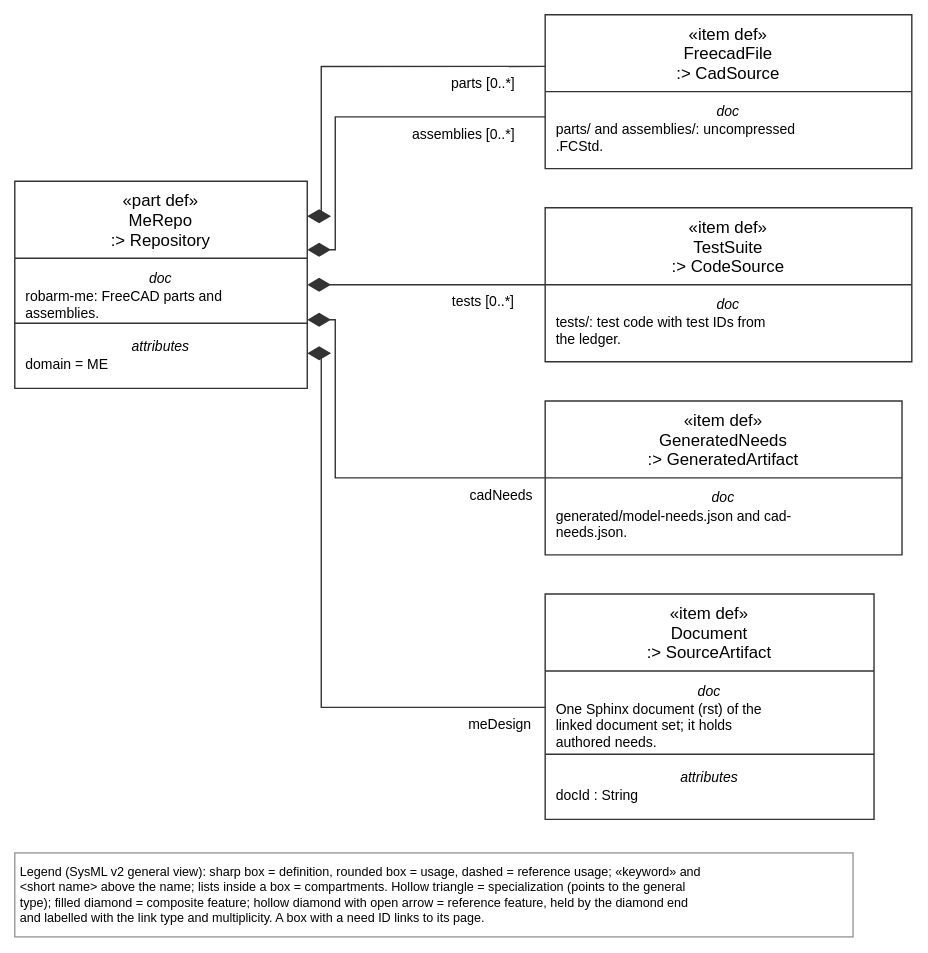
Above: views/meRepo.drawio.svg in tiacsys/xdmod (draw.io), before the change. Source tidied: cells renumbered, new cells last; positions are measured from the earlier drawing's top-left corner, leaving out a move shared by most shapes. Source of this version:
```xml
<mxGraphModel>
  <root>
    <mxCell id="0" />
    <mxCell id="1" parent="0" />
    <mxCell id="2" value="«item def»&#10;Document&#10;:&gt; SourceArtifact" style="html=0;fontFamily=Helvetica;fontSize=11;strokeColor=#333333;rounded=0;fillColor=#FFFFFF;swimlane;startSize=55;horizontal=1;fontStyle=0;swimlaneLine=1;" parent="1" vertex="1">
      <mxGeometry x="379" y="414" width="235" height="161" as="geometry" />
    </mxCell>
    <mxCell id="3" value="«item def»&#10;FreecadFile&#10;:&gt; CadSource" style="html=0;fontFamily=Helvetica;fontSize=11;strokeColor=#333333;rounded=0;fillColor=#FFFFFF;swimlane;startSize=55;horizontal=1;fontStyle=0;swimlaneLine=1;" parent="1" vertex="1">
      <mxGeometry x="379" width="262" height="110" as="geometry" />
    </mxCell>
    <mxCell id="4" value="«item def»&#10;GeneratedNeeds&#10;:&gt; GeneratedArtifact" style="html=0;fontFamily=Helvetica;fontSize=11;strokeColor=#333333;rounded=0;fillColor=#FFFFFF;swimlane;startSize=55;horizontal=1;fontStyle=0;swimlaneLine=1;" parent="1" vertex="1">
      <mxGeometry x="379" y="276" width="255" height="110" as="geometry" />
    </mxCell>
    <mxCell id="5" value="«part def»&#10;MeRepo&#10;:&gt; Repository" style="html=0;fontFamily=Helvetica;fontSize=11;strokeColor=#333333;rounded=0;fillColor=#FFFFFF;swimlane;startSize=55;horizontal=1;fontStyle=0;swimlaneLine=1;" parent="1" vertex="1">
      <mxGeometry y="119" width="209" height="148" as="geometry" />
    </mxCell>
    <mxCell id="6" value="«item def»&#10;TestSuite&#10;:&gt; CodeSource" style="html=0;fontFamily=Helvetica;fontSize=11;strokeColor=#333333;rounded=0;fillColor=#FFFFFF;swimlane;startSize=55;horizontal=1;fontStyle=0;swimlaneLine=1;" parent="1" vertex="1">
      <mxGeometry x="379" y="138" width="262" height="110" as="geometry" />
    </mxCell>
    <mxCell id="7" value="Legend (SysML v2 general view): sharp box = definition, rounded box = usage, dashed = reference usage; «keyword» and&#10;&lt;short name&gt; above the name; lists inside a box = compartments. Hollow triangle = specialization (points to the general&#10;type); filled diamond = composite feature; hollow diamond with open arrow = reference feature, held by the diamond end&#10;and labelled with the link type and multiplicity. A box with a need ID links to its page." style="text;html=0;align=left;verticalAlign=top;fontFamily=Helvetica;fontSize=9;fillColor=#FFFFFF;strokeColor=#999999;spacing=4;" parent="1" vertex="1">
      <mxGeometry y="599" width="599" height="60" as="geometry" />
    </mxCell>
    <mxCell id="8" value="attributes" style="text;html=0;align=center;verticalAlign=top;spacingTop=0;fontFamily=Helvetica;fontSize=10;fontStyle=2;strokeColor=none;" parent="2" vertex="1">
      <mxGeometry y="119" width="235" height="13" as="geometry" />
    </mxCell>
    <mxCell id="9" value="docId : String" style="text;html=0;align=left;verticalAlign=top;spacingLeft=6;spacingTop=0;fontFamily=Helvetica;fontSize=10;" parent="2" vertex="1">
      <mxGeometry y="132" width="235" height="17" as="geometry" />
    </mxCell>
    <mxCell id="10" value="doc" style="text;html=0;align=center;verticalAlign=top;spacingTop=0;fontFamily=Helvetica;fontSize=10;fontStyle=2;strokeColor=none;" parent="2" vertex="1">
      <mxGeometry y="57" width="235" height="13" as="geometry" />
    </mxCell>
    <mxCell id="11" value="One Sphinx document (rst) of the&#10;linked document set; it holds&#10;authored needs." style="text;html=0;align=left;verticalAlign=top;spacingLeft=6;spacingTop=0;fontFamily=Helvetica;fontSize=10;" parent="2" vertex="1">
      <mxGeometry y="70" width="235" height="43" as="geometry" />
    </mxCell>
    <mxCell id="12" style="line;html=0;strokeColor=#333333;strokeWidth=1;" parent="2" vertex="1">
      <mxGeometry y="114" width="235" height="1" as="geometry" />
    </mxCell>
    <mxCell id="13" value="doc" style="text;html=0;align=center;verticalAlign=top;spacingTop=0;fontFamily=Helvetica;fontSize=10;fontStyle=2;strokeColor=none;" parent="3" vertex="1">
      <mxGeometry y="57" width="262" height="13" as="geometry" />
    </mxCell>
    <mxCell id="14" value="parts/ and assemblies/: uncompressed&#10;.FCStd." style="text;html=0;align=left;verticalAlign=top;spacingLeft=6;spacingTop=0;fontFamily=Helvetica;fontSize=10;" parent="3" vertex="1">
      <mxGeometry y="70" width="262" height="30" as="geometry" />
    </mxCell>
    <mxCell id="15" value="doc" style="text;html=0;align=center;verticalAlign=top;spacingTop=0;fontFamily=Helvetica;fontSize=10;fontStyle=2;strokeColor=none;" parent="4" vertex="1">
      <mxGeometry y="57" width="255" height="13" as="geometry" />
    </mxCell>
    <mxCell id="16" value="generated/model-needs.json and cad-&#10;needs.json." style="text;html=0;align=left;verticalAlign=top;spacingLeft=6;spacingTop=0;fontFamily=Helvetica;fontSize=10;" parent="4" vertex="1">
      <mxGeometry y="70" width="255" height="30" as="geometry" />
    </mxCell>
    <mxCell id="17" value="attributes" style="text;html=0;align=center;verticalAlign=top;spacingTop=0;fontFamily=Helvetica;fontSize=10;fontStyle=2;strokeColor=none;" parent="5" vertex="1">
      <mxGeometry y="106" width="209" height="13" as="geometry" />
    </mxCell>
    <mxCell id="18" value="domain = ME" style="text;html=0;align=left;verticalAlign=top;spacingLeft=6;spacingTop=0;fontFamily=Helvetica;fontSize=10;" parent="5" vertex="1">
      <mxGeometry y="119" width="209" height="17" as="geometry" />
    </mxCell>
    <mxCell id="19" value="doc" style="text;html=0;align=center;verticalAlign=top;spacingTop=0;fontFamily=Helvetica;fontSize=10;fontStyle=2;strokeColor=none;" parent="5" vertex="1">
      <mxGeometry y="57" width="209" height="13" as="geometry" />
    </mxCell>
    <mxCell id="20" value="robarm-me: FreeCAD parts and&#10;assemblies." style="text;html=0;align=left;verticalAlign=top;spacingLeft=6;spacingTop=0;fontFamily=Helvetica;fontSize=10;" parent="5" vertex="1">
      <mxGeometry y="70" width="209" height="30" as="geometry" />
    </mxCell>
    <mxCell id="21" style="line;html=0;strokeColor=#333333;strokeWidth=1;" parent="5" vertex="1">
      <mxGeometry y="101" width="209" height="1" as="geometry" />
    </mxCell>
    <mxCell id="22" value="doc" style="text;html=0;align=center;verticalAlign=top;spacingTop=0;fontFamily=Helvetica;fontSize=10;fontStyle=2;strokeColor=none;" parent="6" vertex="1">
      <mxGeometry y="57" width="262" height="13" as="geometry" />
    </mxCell>
    <mxCell id="23" value="tests/: test code with test IDs from&#10;the ledger." style="text;html=0;align=left;verticalAlign=top;spacingLeft=6;spacingTop=0;fontFamily=Helvetica;fontSize=10;" parent="6" vertex="1">
      <mxGeometry y="70" width="262" height="30" as="geometry" />
    </mxCell>
    <mxCell id="24" value="meDesign" style="html=0;rounded=0;endSize=10;startSize=14;fontFamily=Helvetica;fontSize=10;labelBackgroundColor=#FFFFFF;strokeColor=#333333;startArrow=diamondThin;startFill=1;endArrow=none;exitX=1.000;exitY=0.831;exitDx=0;exitDy=0;exitPerimeter=0;entryX=0.000;entryY=0.503;entryDx=0;entryDy=0;entryPerimeter=0;" parent="1" edge="1" source="5" target="2">
      <mxGeometry relative="1" as="geometry">
        <Array as="points">
          <mxPoint x="219" y="242" />
          <mxPoint x="219" y="495" />
        </Array>
        <mxPoint x="128" y="63" as="offset" />
      </mxGeometry>
    </mxCell>
    <mxCell id="25" value="assemblies [0..*]" style="html=0;rounded=0;endSize=10;startSize=14;fontFamily=Helvetica;fontSize=10;labelBackgroundColor=#FFFFFF;strokeColor=#333333;startArrow=diamondThin;startFill=1;endArrow=none;exitX=1.000;exitY=0.331;exitDx=0;exitDy=0;exitPerimeter=0;entryX=0.000;entryY=0.664;entryDx=0;entryDy=0;entryPerimeter=0;" parent="1" edge="1" source="5" target="3">
      <mxGeometry relative="1" as="geometry">
        <Array as="points">
          <mxPoint x="229" y="168" />
          <mxPoint x="229" y="73" />
        </Array>
        <mxPoint x="74" y="12" as="offset" />
      </mxGeometry>
    </mxCell>
    <mxCell id="26" value="parts [0..*]" style="html=0;rounded=0;endSize=10;startSize=14;fontFamily=Helvetica;fontSize=10;labelBackgroundColor=#FFFFFF;strokeColor=#333333;startArrow=diamondThin;startFill=1;endArrow=none;exitX=1.000;exitY=0.169;exitDx=0;exitDy=0;exitPerimeter=0;entryX=0.000;entryY=0.336;entryDx=0;entryDy=0;entryPerimeter=0;" parent="1" edge="1" source="5" target="3">
      <mxGeometry relative="1" as="geometry">
        <Array as="points">
          <mxPoint x="219" y="144" />
          <mxPoint x="219" y="37" />
        </Array>
        <mxPoint x="94" y="12" as="offset" />
      </mxGeometry>
    </mxCell>
    <mxCell id="27" value="cadNeeds" style="html=0;rounded=0;endSize=10;startSize=14;fontFamily=Helvetica;fontSize=10;labelBackgroundColor=#FFFFFF;strokeColor=#333333;startArrow=diamondThin;startFill=1;endArrow=none;exitX=1.000;exitY=0.669;exitDx=0;exitDy=0;exitPerimeter=0;entryX=0.000;entryY=0.500;entryDx=0;entryDy=0;entryPerimeter=0;" parent="1" edge="1" source="5" target="4">
      <mxGeometry relative="1" as="geometry">
        <Array as="points">
          <mxPoint x="229" y="218" />
          <mxPoint x="229" y="331" />
        </Array>
        <mxPoint x="110" y="12" as="offset" />
      </mxGeometry>
    </mxCell>
    <mxCell id="28" value="tests [0..*]" style="html=0;rounded=0;endSize=10;startSize=14;fontFamily=Helvetica;fontSize=10;labelBackgroundColor=#FFFFFF;strokeColor=#333333;startArrow=diamondThin;startFill=1;endArrow=none;exitX=1.000;exitY=0.500;exitDx=0;exitDy=0;exitPerimeter=0;entryX=0.000;entryY=0.500;entryDx=0;entryDy=0;entryPerimeter=0;" parent="1" edge="1" source="5" target="6">
      <mxGeometry relative="1" as="geometry">
        <mxPoint x="41" y="12" as="offset" />
      </mxGeometry>
    </mxCell>
  </root>
</mxGraphModel>
```
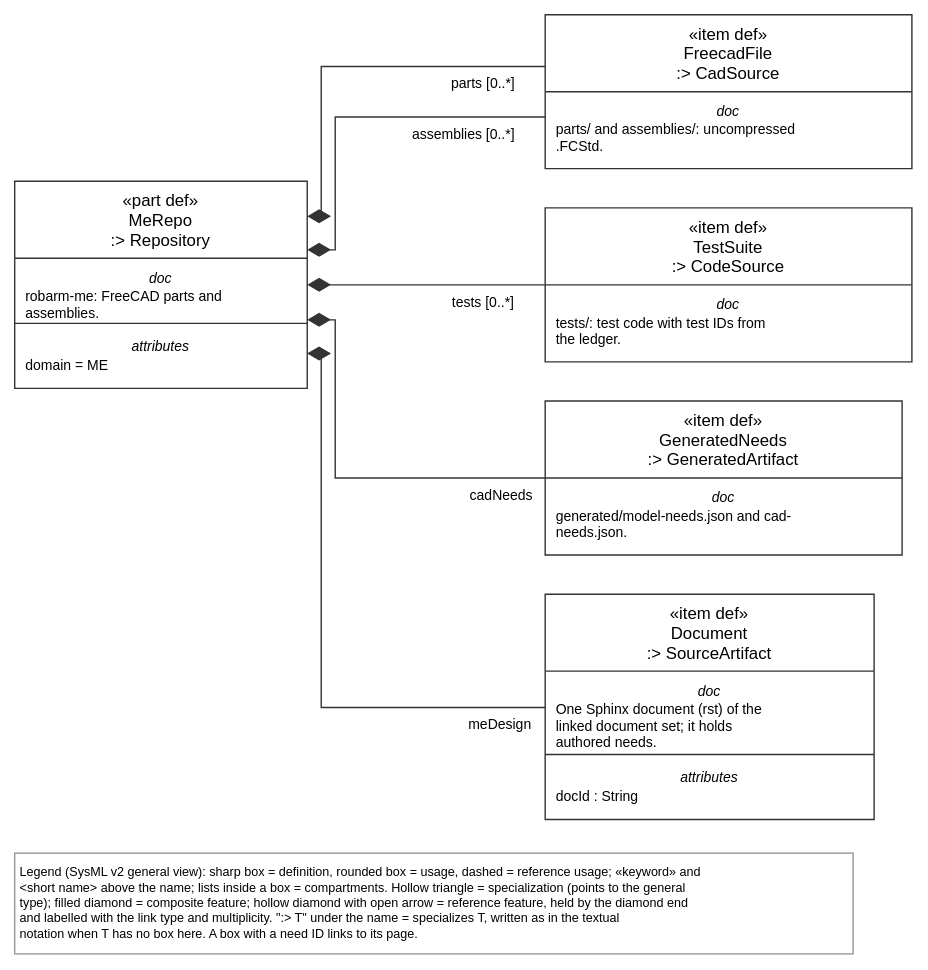
After the change.

Diff of the diagram source:
```diff
@@ -17,8 +17,8 @@
     <mxCell id="6" value="«item def»&#10;TestSuite&#10;:&gt; CodeSource" style="html=0;fontFamily=Helvetica;fontSize=11;strokeColor=#333333;rounded=0;fillColor=#FFFFFF;swimlane;startSize=55;horizontal=1;fontStyle=0;swimlaneLine=1;" parent="1" vertex="1">
       <mxGeometry x="379" y="138" width="262" height="110" as="geometry" />
     </mxCell>
-    <mxCell id="7" value="Legend (SysML v2 general view): sharp box = definition, rounded box = usage, dashed = reference usage; «keyword» and&#10;&lt;short name&gt; above the name; lists inside a box = compartments. Hollow triangle = specialization (points to the general&#10;type); filled diamond = composite feature; hollow diamond with open arrow = reference feature, held by the diamond end&#10;and labelled with the link type and multiplicity. A box with a need ID links to its page." style="text;html=0;align=left;verticalAlign=top;fontFamily=Helvetica;fontSize=9;fillColor=#FFFFFF;strokeColor=#999999;spacing=4;" parent="1" vertex="1">
-      <mxGeometry y="599" width="599" height="60" as="geometry" />
+    <mxCell id="7" value="Legend (SysML v2 general view): sharp box = definition, rounded box = usage, dashed = reference usage; «keyword» and&#10;&lt;short name&gt; above the name; lists inside a box = compartments. Hollow triangle = specialization (points to the general&#10;type); filled diamond = composite feature; hollow diamond with open arrow = reference feature, held by the diamond end&#10;and labelled with the link type and multiplicity. &quot;:&gt; T&quot; under the name = specializes T, written as in the textual&#10;notation when T has no box here. A box with a need ID links to its page." style="text;html=0;align=left;verticalAlign=top;fontFamily=Helvetica;fontSize=9;fillColor=#FFFFFF;strokeColor=#999999;spacing=4;" parent="1" vertex="1">
+      <mxGeometry y="599" width="599" height="72" as="geometry" />
     </mxCell>
     <mxCell id="8" value="attributes" style="text;html=0;align=center;verticalAlign=top;spacingTop=0;fontFamily=Helvetica;fontSize=10;fontStyle=2;strokeColor=none;" parent="2" vertex="1">
       <mxGeometry y="119" width="235" height="13" as="geometry" />
```
